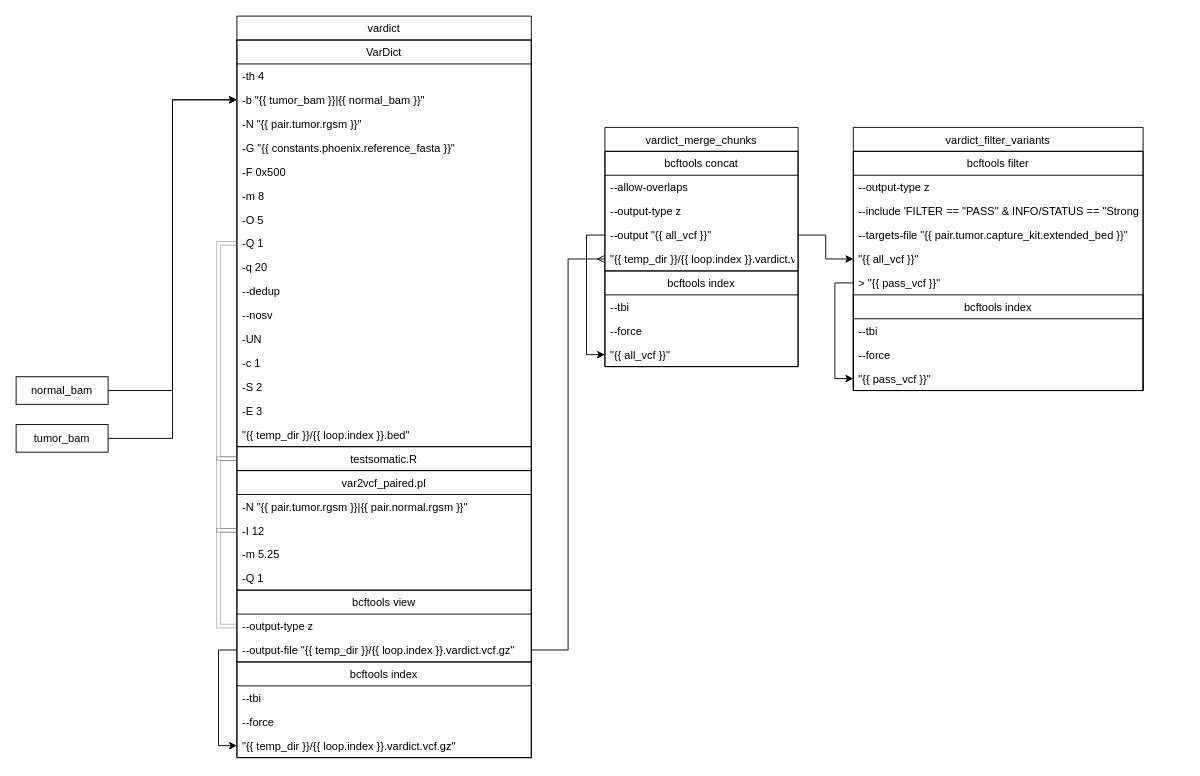
The draw.io diagram docs/source/phoenix/workflows/diagrams/Somatic_Vardict.drawio in bryce-turner/tgen-jetstream-docs, before the edit. Source tidied: cells renumbered, new cells numbered last; positions are measured from the earlier drawing's top-left corner, leaving out a move shared by most shapes. Both pictures are drawn from the tidied source at 92%, with x=0, y=0 at pixel (16, 16).
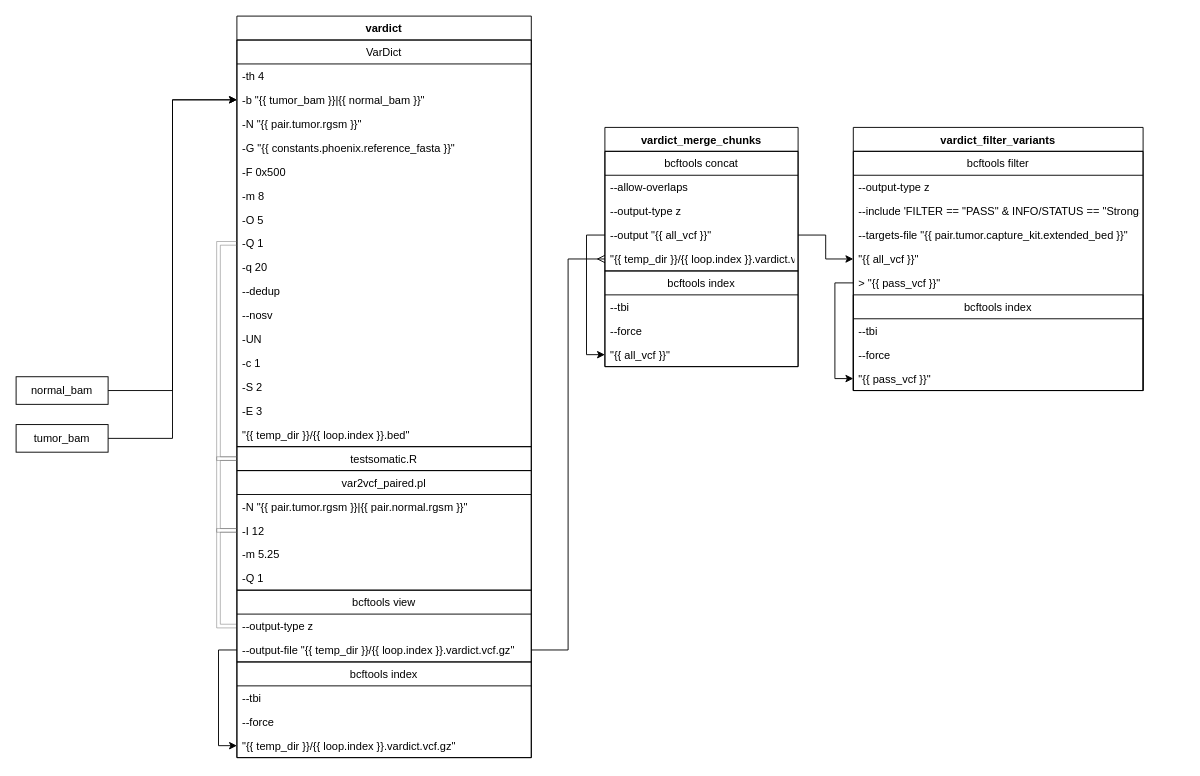
Above is the later version.

Change to the diagram source:
```diff
@@
-    <mxCell id="6" value="vardict" style="swimlane;fontStyle=0;horizontal=1;startSize=26;fillColor=none;direction=east;" parent="1" vertex="1">
+    <mxCell id="6" value="vardict" style="swimlane;fontStyle=1;horizontal=1;startSize=26;fillColor=none;direction=east;" parent="1" vertex="1">
       <mxGeometry x="240" width="320" height="806" as="geometry" />
     </mxCell>
@@
-    <mxCell id="41" value="vardict_filter_variants" style="swimlane;fontStyle=0;horizontal=1;startSize=26;fillColor=none;direction=east;" parent="1" vertex="1">
+    <mxCell id="41" value="vardict_filter_variants" style="swimlane;fontStyle=1;horizontal=1;startSize=26;fillColor=none;direction=east;" parent="1" vertex="1">
       <mxGeometry x="910" y="121" width="315" height="286" as="geometry" />
     </mxCell>
@@
-    <mxCell id="53" value="vardict_merge_chunks" style="swimlane;fontStyle=0;horizontal=1;startSize=26;fillColor=none;direction=east;" parent="1" vertex="1">
+    <mxCell id="53" value="vardict_merge_chunks" style="swimlane;fontStyle=1;horizontal=1;startSize=26;fillColor=none;direction=east;" parent="1" vertex="1">
       <mxGeometry x="640" y="121" width="210" height="260" as="geometry" />
     </mxCell>
```
